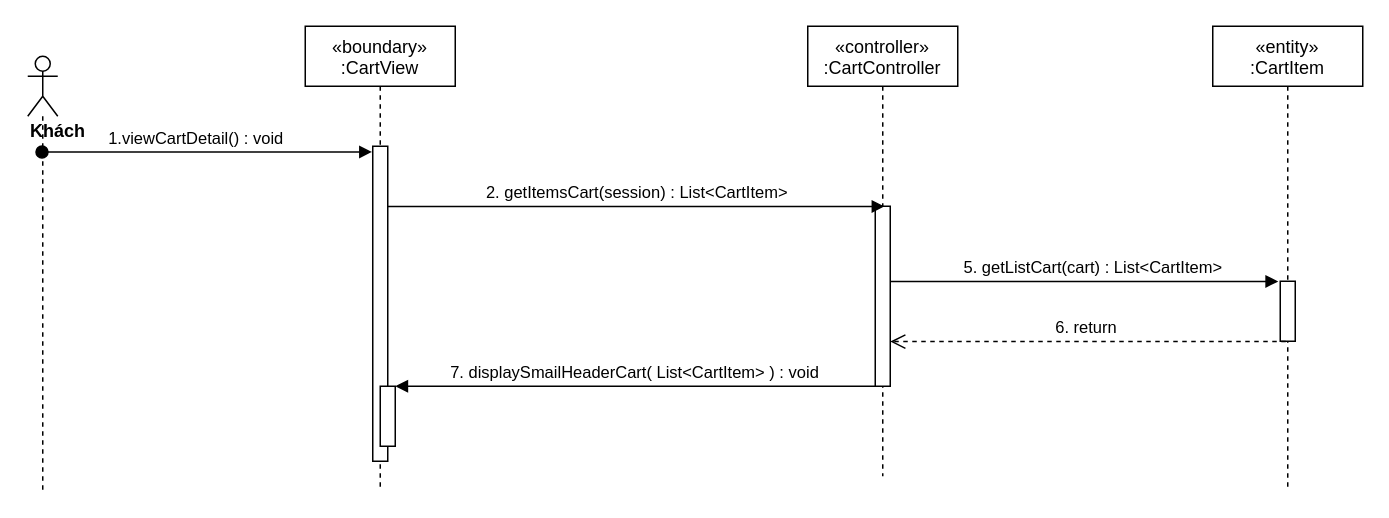
Before: sequence diagram/view-cart-sequence.drawio in nguyenphamvan/datn_20202, a draw.io diagram. Source tidied: cells renumbered, new cells numbered last; positions are measured from the earlier drawing's top-left corner, leaving out a move shared by most shapes. Both pictures are drawn from the tidied source at 150%, with x=0, y=0 at pixel (27, 26).
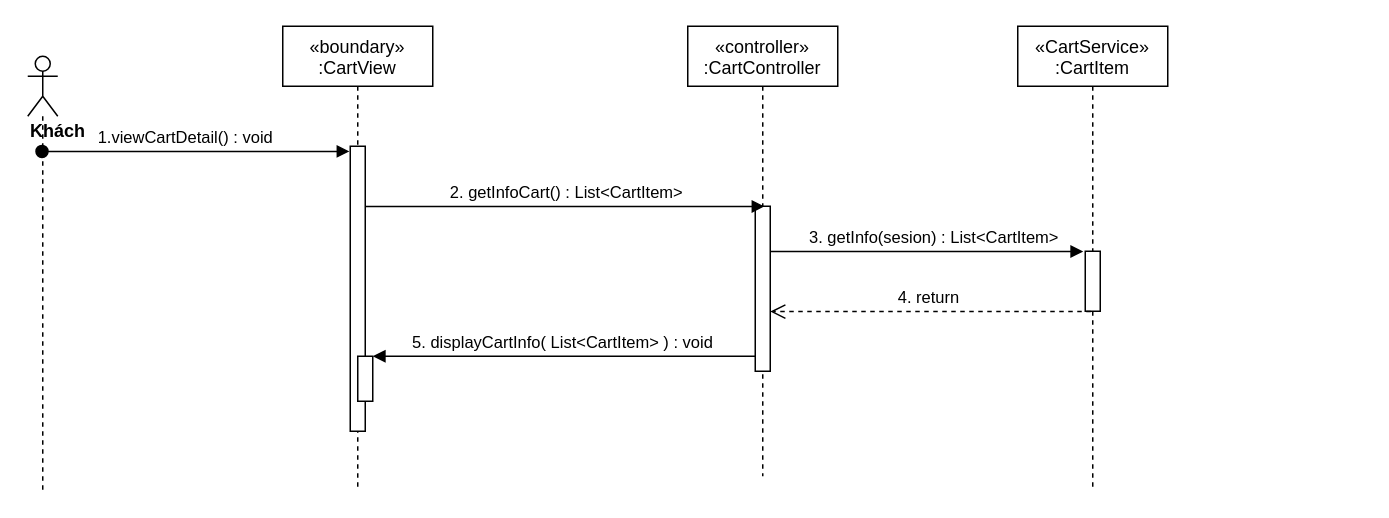
After the change.

What changed in the source:
```diff
@@
 <mxGraphModel>
   <root>
     <mxCell id="0" />
     <mxCell id="1" parent="0" />
     <mxCell id="2" value="«boundary»&#10;:CartView" style="shape=umlLifeline;perimeter=lifelinePerimeter;rounded=0;shadow=0;strokeWidth=1;" parent="1" vertex="1">
-      <mxGeometry x="185" width="100" height="310" as="geometry" />
+      <mxGeometry x="170" width="100" height="310" as="geometry" />
     </mxCell>
     <mxCell id="3" style="points=[];perimeter=orthogonalPerimeter;rounded=0;shadow=0;strokeWidth=1;" parent="2" vertex="1">
-      <mxGeometry x="45" y="80" width="10" height="210" as="geometry" />
+      <mxGeometry x="45" y="80" width="10" height="190" as="geometry" />
     </mxCell>
     <mxCell id="4" style="html=1;points=[];perimeter=orthogonalPerimeter;" parent="2" vertex="1">
-      <mxGeometry x="50" y="240" width="10" height="40" as="geometry" />
+      <mxGeometry x="50" y="220" width="10" height="30" as="geometry" />
     </mxCell>
     <mxCell id="5" value="«controller»&#10;:CartController" style="shape=umlLifeline;perimeter=lifelinePerimeter;rounded=0;shadow=0;strokeWidth=1;" parent="1" vertex="1">
-      <mxGeometry x="520" width="100" height="300" as="geometry" />
+      <mxGeometry x="440" width="100" height="300" as="geometry" />
     </mxCell>
     <mxCell id="6" style="points=[];perimeter=orthogonalPerimeter;rounded=0;shadow=0;strokeWidth=1;" parent="5" vertex="1">
-      <mxGeometry x="45" y="120" width="10" height="120" as="geometry" />
+      <mxGeometry x="45" y="120" width="10" height="110" as="geometry" />
     </mxCell>
     <mxCell id="7" value="&lt;div&gt;&lt;b&gt;Khách&lt;/b&gt;&lt;/div&gt;" style="shape=umlLifeline;participant=umlActor;perimeter=lifelinePerimeter;whiteSpace=wrap;html=1;verticalAlign=top;spacingTop=36;outlineConnect=0;align=left;" parent="1" vertex="1">
       <mxGeometry y="20" width="20" height="290" as="geometry" />
     </mxCell>
     <mxCell id="8" value="1.viewCartDetail() : void" style="verticalAlign=bottom;startArrow=oval;endArrow=block;startSize=8;shadow=0;strokeWidth=1;entryX=-0.05;entryY=0.018;entryDx=0;entryDy=0;entryPerimeter=0;" parent="1" edge="1" source="7" target="3">
       <mxGeometry x="-0.06" relative="1" as="geometry" />
     </mxCell>
-    <mxCell id="9" value="2. getItemsCart(session) : List&amp;lt;CartItem&amp;gt;" style="html=1;verticalAlign=bottom;endArrow=block;entryX=0.617;entryY=0.001;entryDx=0;entryDy=0;entryPerimeter=0;" parent="1" edge="1" source="3" target="6">
-      <mxGeometry relative="1" as="geometry" />
+    <mxCell id="9" value="2. getInfoCart() : List&amp;lt;CartItem&amp;gt;" style="html=1;verticalAlign=bottom;endArrow=block;entryX=0.617;entryY=0.001;entryDx=0;entryDy=0;entryPerimeter=0;" parent="1" edge="1" source="3" target="6">
+      <mxGeometry x="0.01" relative="1" as="geometry" />
     </mxCell>
-    <mxCell id="10" value="«entity»&#10;:CartItem" style="shape=umlLifeline;perimeter=lifelinePerimeter;rounded=0;shadow=0;strokeWidth=1;" parent="1" vertex="1">
-      <mxGeometry x="790" width="100" height="310" as="geometry" />
+    <mxCell id="10" value="«CartService»&#10;:CartItem" style="shape=umlLifeline;perimeter=lifelinePerimeter;rounded=0;shadow=0;strokeWidth=1;" parent="1" vertex="1">
+      <mxGeometry x="660" width="100" height="310" as="geometry" />
     </mxCell>
     <mxCell id="11" style="points=[];perimeter=orthogonalPerimeter;rounded=0;shadow=0;strokeWidth=1;" parent="10" vertex="1">
-      <mxGeometry x="45" y="170" width="10" height="40" as="geometry" />
+      <mxGeometry x="45" y="150" width="10" height="40" as="geometry" />
     </mxCell>
-    <mxCell id="12" value="5. getListCart(cart) : List&amp;lt;CartItem&amp;gt;" style="html=1;verticalAlign=bottom;endArrow=block;entryX=-0.133;entryY=0.004;entryDx=0;entryDy=0;entryPerimeter=0;" parent="1" edge="1" source="6" target="11">
+    <mxCell id="12" value="3. getInfo(sesion) : List&amp;lt;CartItem&amp;gt;" style="html=1;verticalAlign=bottom;endArrow=block;entryX=-0.133;entryY=0.004;entryDx=0;entryDy=0;entryPerimeter=0;" parent="1" edge="1" source="6" target="11">
       <mxGeometry x="0.04" relative="1" as="geometry" />
     </mxCell>
-    <mxCell id="13" value="6. return&amp;nbsp;" style="html=1;verticalAlign=bottom;endArrow=open;dashed=1;endSize=8;exitX=0.367;exitY=1.006;exitDx=0;exitDy=0;exitPerimeter=0;" parent="1" edge="1" source="11" target="6">
+    <mxCell id="13" value="4. return&amp;nbsp;" style="html=1;verticalAlign=bottom;endArrow=open;dashed=1;endSize=8;exitX=0.367;exitY=1.006;exitDx=0;exitDy=0;exitPerimeter=0;" parent="1" edge="1" source="11" target="6">
       <mxGeometry relative="1" as="geometry" />
     </mxCell>
-    <mxCell id="14" value="7. displaySmailHeaderCart( List&lt;CartItem&gt; ) : void" style="verticalAlign=bottom;endArrow=block;shadow=0;strokeWidth=1;" parent="1" edge="1" source="6" target="4">
+    <mxCell id="14" value="5. displayCartInfo( List&lt;CartItem&gt; ) : void" style="verticalAlign=bottom;endArrow=block;shadow=0;strokeWidth=1;" parent="1" edge="1" source="6" target="4">
       <mxGeometry relative="1" as="geometry" />
     </mxCell>
   </root>
 </mxGraphModel>
```
